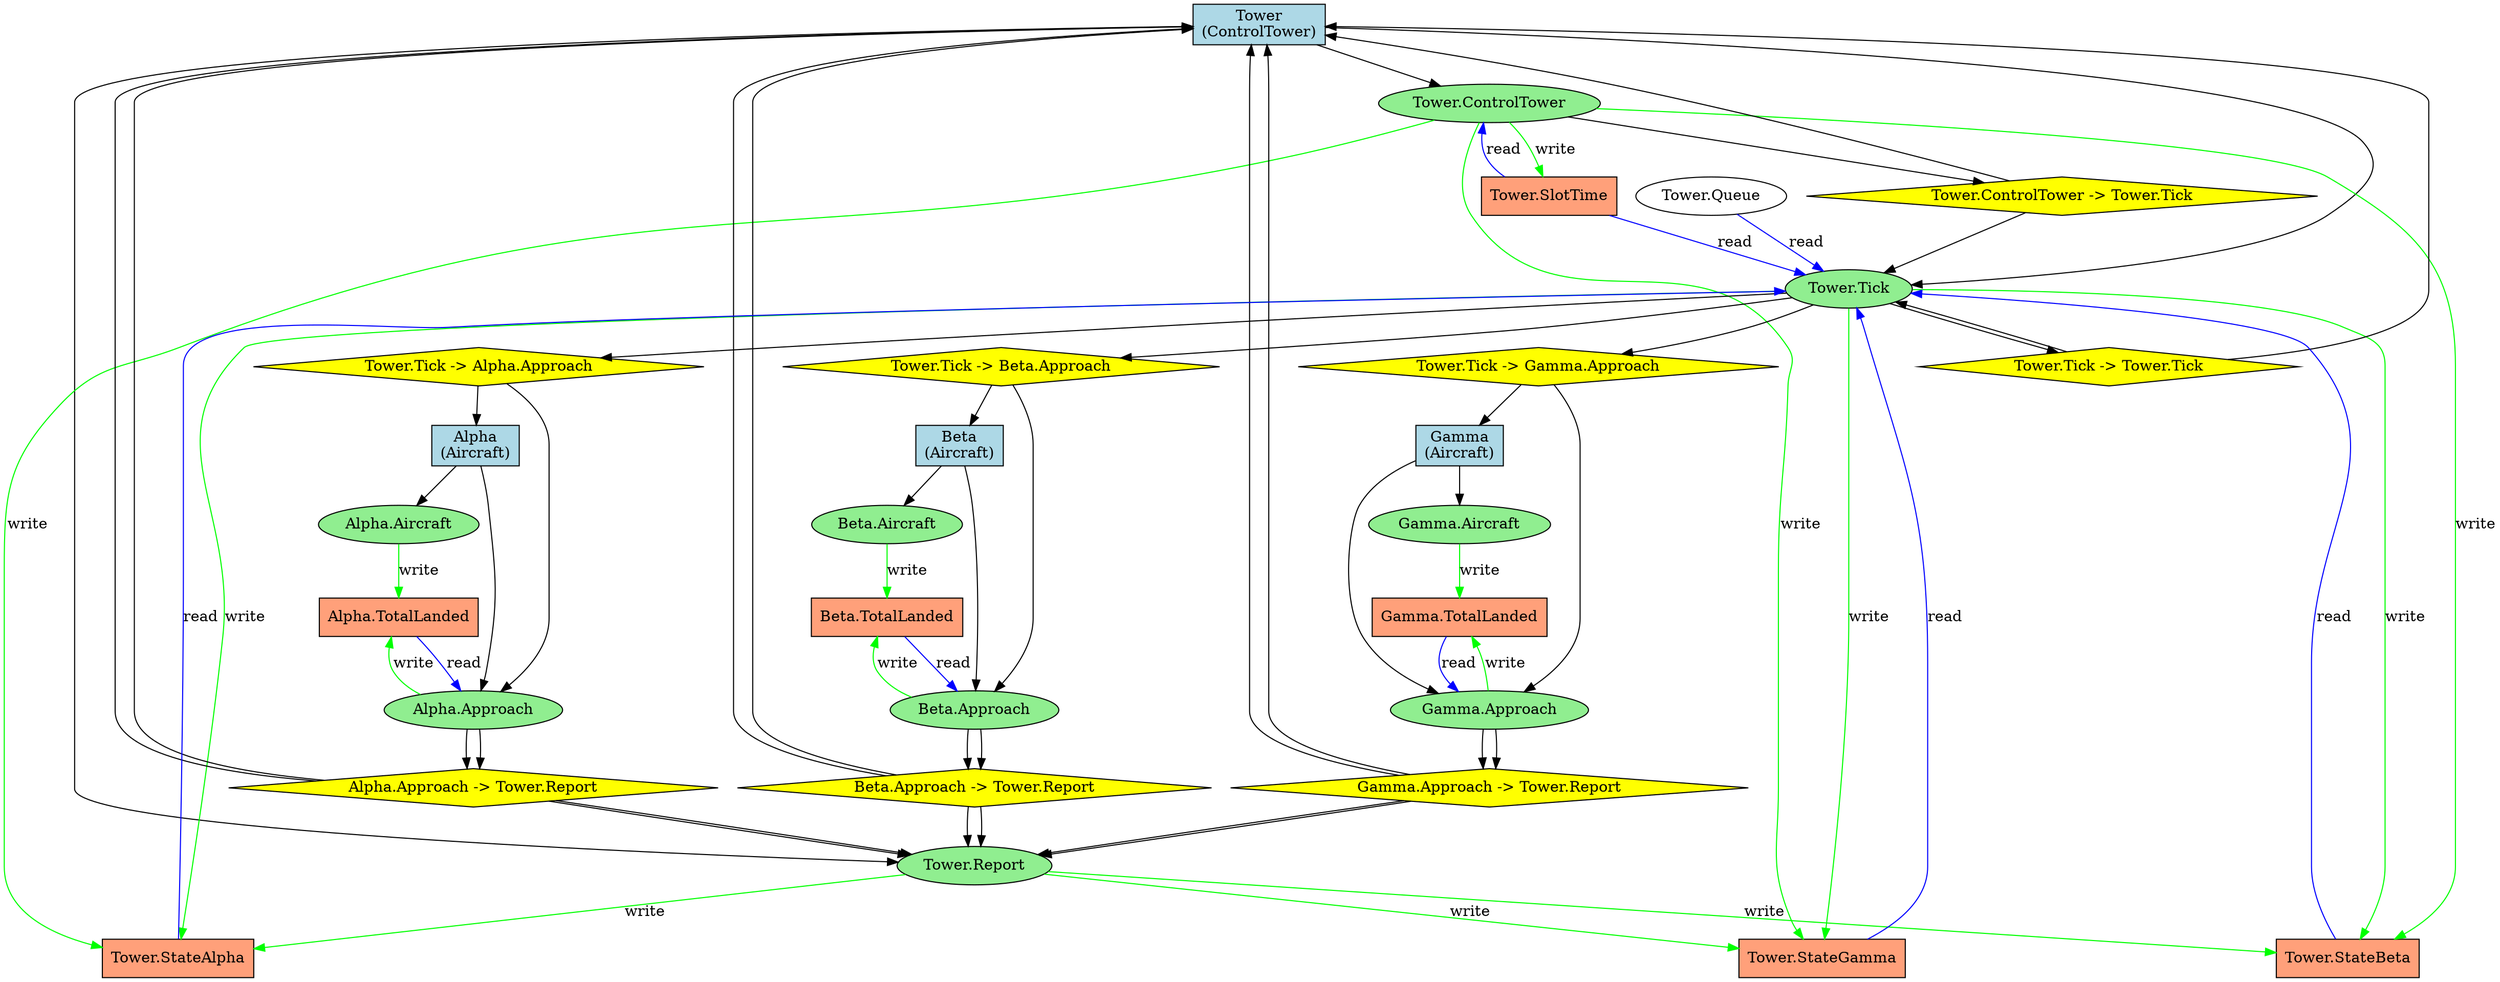
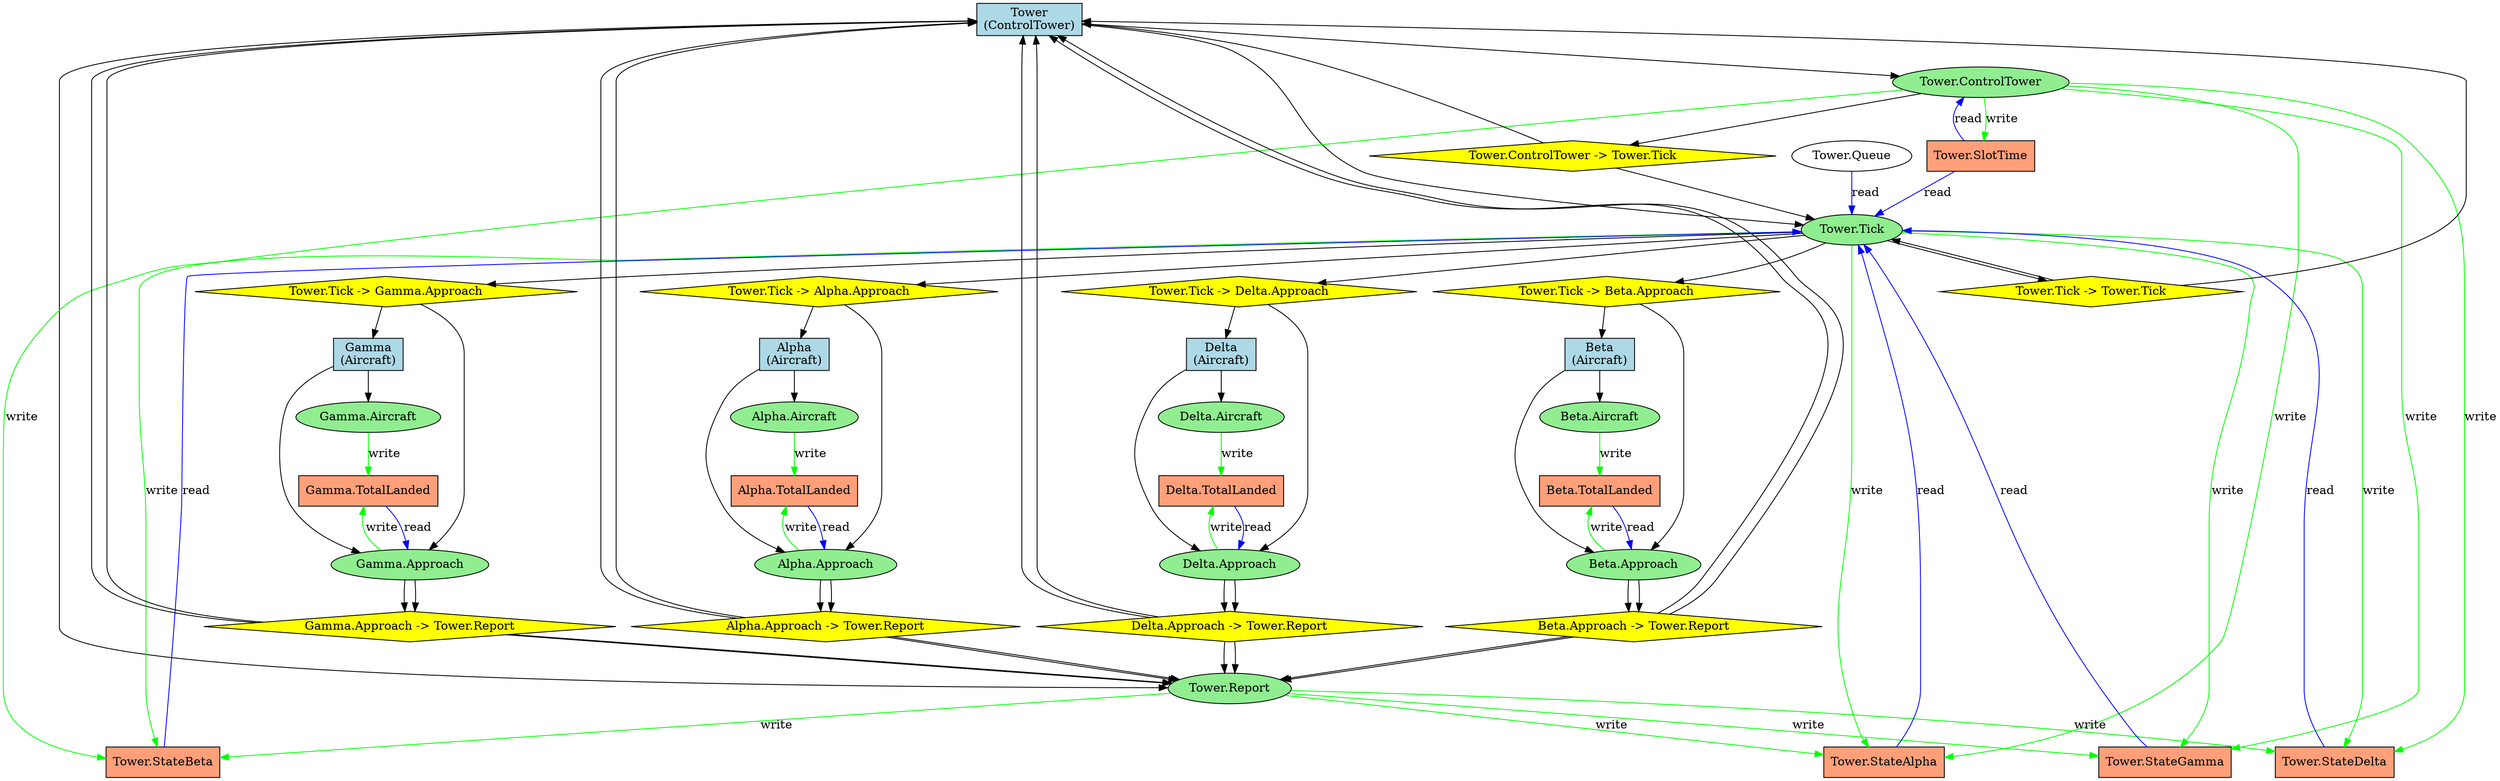
digraph ERDG {
  rankdir=TB;
  "Tower" [shape=box, style=filled, fillcolor=lightblue, label="Tower\n(ControlTower)"];
  "Alpha" [shape=box, style=filled, fillcolor=lightblue, label="Alpha\n(Aircraft)"];
  "Beta" [shape=box, style=filled, fillcolor=lightblue, label="Beta\n(Aircraft)"];
  "Gamma" [shape=box, style=filled, fillcolor=lightblue, label="Gamma\n(Aircraft)"];
+   "Delta" [shape=box, style=filled, fillcolor=lightblue, label="Delta\n(Aircraft)"];
  "Tower.ControlTower" [shape=ellipse, style=filled, fillcolor="#90EE90"];
  "Tower" -> "Tower.ControlTower";
  "Tower.Report" [shape=ellipse, style=filled, fillcolor="#90EE90"];
  "Tower" -> "Tower.Report";
  "Tower.Tick" [shape=ellipse, style=filled, fillcolor="#90EE90"];
  "Tower" -> "Tower.Tick";
  "Alpha.Aircraft" [shape=ellipse, style=filled, fillcolor="#90EE90"];
  "Alpha" -> "Alpha.Aircraft";
  "Alpha.Approach" [shape=ellipse, style=filled, fillcolor="#90EE90"];
  "Alpha" -> "Alpha.Approach";
  "Beta.Aircraft" [shape=ellipse, style=filled, fillcolor="#90EE90"];
  "Beta" -> "Beta.Aircraft";
  "Beta.Approach" [shape=ellipse, style=filled, fillcolor="#90EE90"];
  "Beta" -> "Beta.Approach";
  "Gamma.Aircraft" [shape=ellipse, style=filled, fillcolor="#90EE90"];
  "Gamma" -> "Gamma.Aircraft";
  "Gamma.Approach" [shape=ellipse, style=filled, fillcolor="#90EE90"];
  "Gamma" -> "Gamma.Approach";
+   "Delta.Aircraft" [shape=ellipse, style=filled, fillcolor="#90EE90"];
+   "Delta" -> "Delta.Aircraft";
+   "Delta.Approach" [shape=ellipse, style=filled, fillcolor="#90EE90"];
+   "Delta" -> "Delta.Approach";
  "Tower.ControlTower -> Tower.Tick" [shape=diamond, style=filled, fillcolor=yellow];
  "Tower.ControlTower" -> "Tower.ControlTower -> Tower.Tick";
  "Tower.ControlTower -> Tower.Tick" -> "Tower";
  "Tower.ControlTower -> Tower.Tick" -> "Tower.Tick";
  "Tower.Tick -> Alpha.Approach" [shape=diamond, style=filled, fillcolor=yellow];
  "Tower.Tick" -> "Tower.Tick -> Alpha.Approach";
  "Tower.Tick -> Alpha.Approach" -> "Alpha";
  "Tower.Tick -> Alpha.Approach" -> "Alpha.Approach";
  "Tower.Tick -> Beta.Approach" [shape=diamond, style=filled, fillcolor=yellow];
  "Tower.Tick" -> "Tower.Tick -> Beta.Approach";
  "Tower.Tick -> Beta.Approach" -> "Beta";
  "Tower.Tick -> Beta.Approach" -> "Beta.Approach";
  "Tower.Tick -> Gamma.Approach" [shape=diamond, style=filled, fillcolor=yellow];
  "Tower.Tick" -> "Tower.Tick -> Gamma.Approach";
  "Tower.Tick -> Gamma.Approach" -> "Gamma";
  "Tower.Tick -> Gamma.Approach" -> "Gamma.Approach";
+   "Tower.Tick -> Delta.Approach" [shape=diamond, style=filled, fillcolor=yellow];
+   "Tower.Tick" -> "Tower.Tick -> Delta.Approach";
+   "Tower.Tick -> Delta.Approach" -> "Delta";
+   "Tower.Tick -> Delta.Approach" -> "Delta.Approach";
  "Tower.Tick -> Tower.Tick" [shape=diamond, style=filled, fillcolor=yellow];
  "Tower.Tick" -> "Tower.Tick -> Tower.Tick";
  "Tower.Tick -> Tower.Tick" -> "Tower";
  "Tower.Tick -> Tower.Tick" -> "Tower.Tick";
  "Alpha.Approach -> Tower.Report" [shape=diamond, style=filled, fillcolor=yellow];
  "Alpha.Approach" -> "Alpha.Approach -> Tower.Report";
  "Alpha.Approach -> Tower.Report" -> "Tower";
  "Alpha.Approach -> Tower.Report" -> "Tower.Report";
  "Alpha.Approach -> Tower.Report" [shape=diamond, style=filled, fillcolor=yellow];
  "Alpha.Approach" -> "Alpha.Approach -> Tower.Report";
  "Alpha.Approach -> Tower.Report" -> "Tower";
  "Alpha.Approach -> Tower.Report" -> "Tower.Report";
  "Beta.Approach -> Tower.Report" [shape=diamond, style=filled, fillcolor=yellow];
  "Beta.Approach" -> "Beta.Approach -> Tower.Report";
  "Beta.Approach -> Tower.Report" -> "Tower";
  "Beta.Approach -> Tower.Report" -> "Tower.Report";
  "Beta.Approach -> Tower.Report" [shape=diamond, style=filled, fillcolor=yellow];
  "Beta.Approach" -> "Beta.Approach -> Tower.Report";
  "Beta.Approach -> Tower.Report" -> "Tower";
  "Beta.Approach -> Tower.Report" -> "Tower.Report";
  "Gamma.Approach -> Tower.Report" [shape=diamond, style=filled, fillcolor=yellow];
  "Gamma.Approach" -> "Gamma.Approach -> Tower.Report";
  "Gamma.Approach -> Tower.Report" -> "Tower";
  "Gamma.Approach -> Tower.Report" -> "Tower.Report";
  "Gamma.Approach -> Tower.Report" [shape=diamond, style=filled, fillcolor=yellow];
  "Gamma.Approach" -> "Gamma.Approach -> Tower.Report";
  "Gamma.Approach -> Tower.Report" -> "Tower";
  "Gamma.Approach -> Tower.Report" -> "Tower.Report";
-   "Tower.StateGamma" [shape=box, style=filled, fillcolor="#FFA07A"];
-   "Tower.ControlTower" -> "Tower.StateGamma" [color=green, label="write"];
+   "Delta.Approach -> Tower.Report" [shape=diamond, style=filled, fillcolor=yellow];
+   "Delta.Approach" -> "Delta.Approach -> Tower.Report";
+   "Delta.Approach -> Tower.Report" -> "Tower";
+   "Delta.Approach -> Tower.Report" -> "Tower.Report";
+   "Delta.Approach -> Tower.Report" [shape=diamond, style=filled, fillcolor=yellow];
+   "Delta.Approach" -> "Delta.Approach -> Tower.Report";
+   "Delta.Approach -> Tower.Report" -> "Tower";
+   "Delta.Approach -> Tower.Report" -> "Tower.Report";
  "Tower.StateAlpha" [shape=box, style=filled, fillcolor="#FFA07A"];
  "Tower.ControlTower" -> "Tower.StateAlpha" [color=green, label="write"];
  "Tower.SlotTime" [shape=box, style=filled, fillcolor="#FFA07A"];
  "Tower.ControlTower" -> "Tower.SlotTime" [color=green, label="write"];
  "Tower.StateBeta" [shape=box, style=filled, fillcolor="#FFA07A"];
  "Tower.ControlTower" -> "Tower.StateBeta" [color=green, label="write"];
+   "Tower.StateGamma" [shape=box, style=filled, fillcolor="#FFA07A"];
+   "Tower.ControlTower" -> "Tower.StateGamma" [color=green, label="write"];
+   "Tower.StateDelta" [shape=box, style=filled, fillcolor="#FFA07A"];
+   "Tower.ControlTower" -> "Tower.StateDelta" [color=green, label="write"];
  "Tower.StateBeta" [shape=box, style=filled, fillcolor="#FFA07A"];
  "Tower.Report" -> "Tower.StateBeta" [color=green, label="write"];
+   "Tower.StateDelta" [shape=box, style=filled, fillcolor="#FFA07A"];
+   "Tower.Report" -> "Tower.StateDelta" [color=green, label="write"];
  "Tower.StateGamma" [shape=box, style=filled, fillcolor="#FFA07A"];
  "Tower.Report" -> "Tower.StateGamma" [color=green, label="write"];
  "Tower.StateAlpha" [shape=box, style=filled, fillcolor="#FFA07A"];
  "Tower.Report" -> "Tower.StateAlpha" [color=green, label="write"];
  "Tower.StateBeta" [shape=box, style=filled, fillcolor="#FFA07A"];
  "Tower.Tick" -> "Tower.StateBeta" [color=green, label="write"];
+   "Tower.StateDelta" [shape=box, style=filled, fillcolor="#FFA07A"];
+   "Tower.Tick" -> "Tower.StateDelta" [color=green, label="write"];
  "Tower.StateGamma" [shape=box, style=filled, fillcolor="#FFA07A"];
  "Tower.Tick" -> "Tower.StateGamma" [color=green, label="write"];
  "Tower.StateAlpha" [shape=box, style=filled, fillcolor="#FFA07A"];
  "Tower.Tick" -> "Tower.StateAlpha" [color=green, label="write"];
  "Alpha.TotalLanded" [shape=box, style=filled, fillcolor="#FFA07A"];
  "Alpha.Aircraft" -> "Alpha.TotalLanded" [color=green, label="write"];
  "Alpha.TotalLanded" [shape=box, style=filled, fillcolor="#FFA07A"];
  "Alpha.Approach" -> "Alpha.TotalLanded" [color=green, label="write"];
  "Beta.TotalLanded" [shape=box, style=filled, fillcolor="#FFA07A"];
  "Beta.Aircraft" -> "Beta.TotalLanded" [color=green, label="write"];
  "Beta.TotalLanded" [shape=box, style=filled, fillcolor="#FFA07A"];
  "Beta.Approach" -> "Beta.TotalLanded" [color=green, label="write"];
  "Gamma.TotalLanded" [shape=box, style=filled, fillcolor="#FFA07A"];
  "Gamma.Aircraft" -> "Gamma.TotalLanded" [color=green, label="write"];
  "Gamma.TotalLanded" [shape=box, style=filled, fillcolor="#FFA07A"];
  "Gamma.Approach" -> "Gamma.TotalLanded" [color=green, label="write"];
+   "Delta.TotalLanded" [shape=box, style=filled, fillcolor="#FFA07A"];
+   "Delta.Aircraft" -> "Delta.TotalLanded" [color=green, label="write"];
+   "Delta.TotalLanded" [shape=box, style=filled, fillcolor="#FFA07A"];
+   "Delta.Approach" -> "Delta.TotalLanded" [color=green, label="write"];
  "Tower.SlotTime" -> "Tower.ControlTower" [color=blue, label="read"];
+   "Tower.StateDelta" -> "Tower.Tick" [color=blue, label="read"];
+   "Tower.StateGamma" -> "Tower.Tick" [color=blue, label="read"];
+   "Tower.Queue" -> "Tower.Tick" [color=blue, label="read"];
  "Tower.StateBeta" -> "Tower.Tick" [color=blue, label="read"];
-   "Tower.StateGamma" -> "Tower.Tick" [color=blue, label="read"];
  "Tower.SlotTime" -> "Tower.Tick" [color=blue, label="read"];
  "Tower.StateAlpha" -> "Tower.Tick" [color=blue, label="read"];
-   "Tower.Queue" -> "Tower.Tick" [color=blue, label="read"];
  "Alpha.TotalLanded" -> "Alpha.Approach" [color=blue, label="read"];
  "Beta.TotalLanded" -> "Beta.Approach" [color=blue, label="read"];
  "Gamma.TotalLanded" -> "Gamma.Approach" [color=blue, label="read"];
+   "Delta.TotalLanded" -> "Delta.Approach" [color=blue, label="read"];
}
